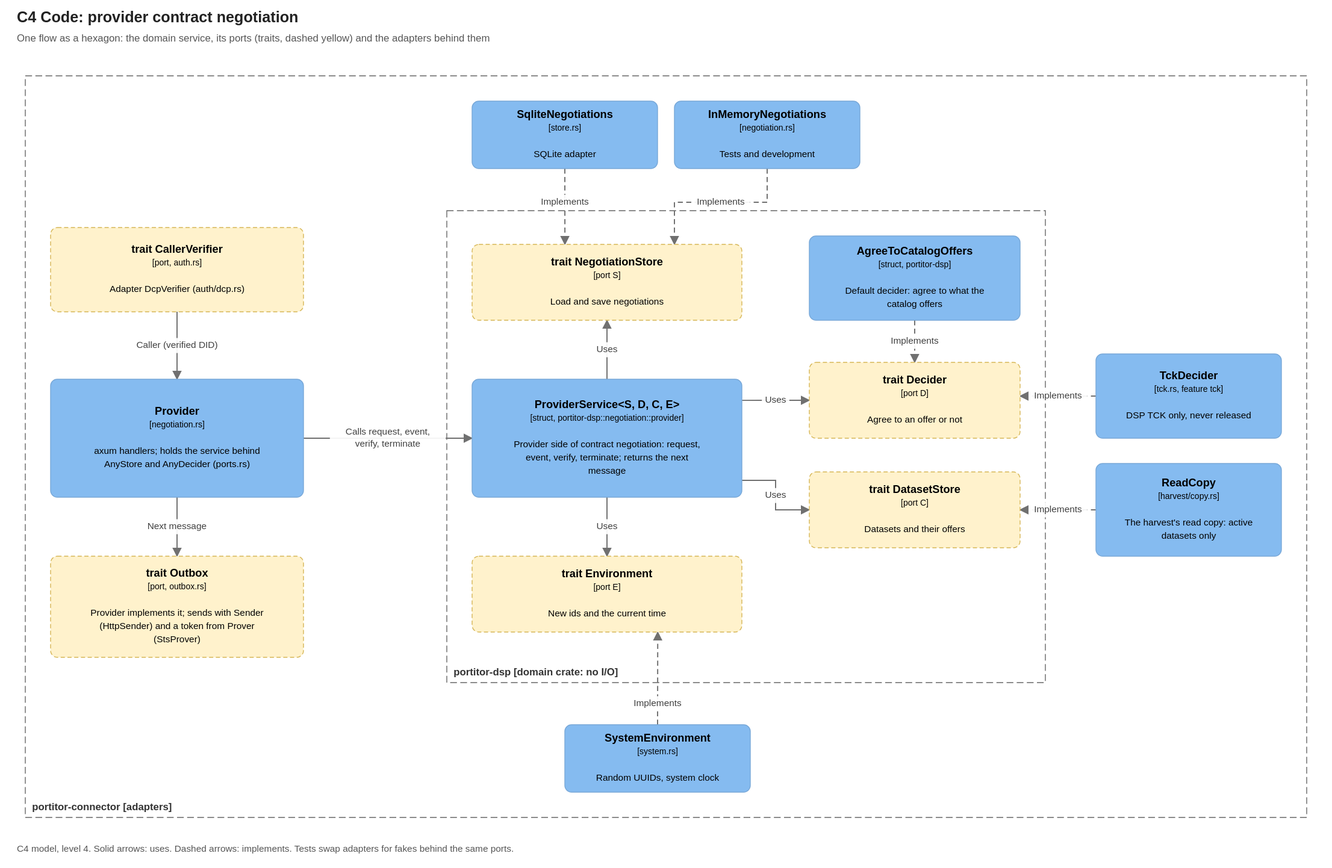
This is docs/diagrams/c4-negotiation-code.drawio.svg from brunopacheco1/ldsc, a draw.io export, as it was before one commit. Source tidied: cells renumbered, new cells last; positions are measured from the earlier drawing's top-left corner, leaving out a move shared by most shapes.
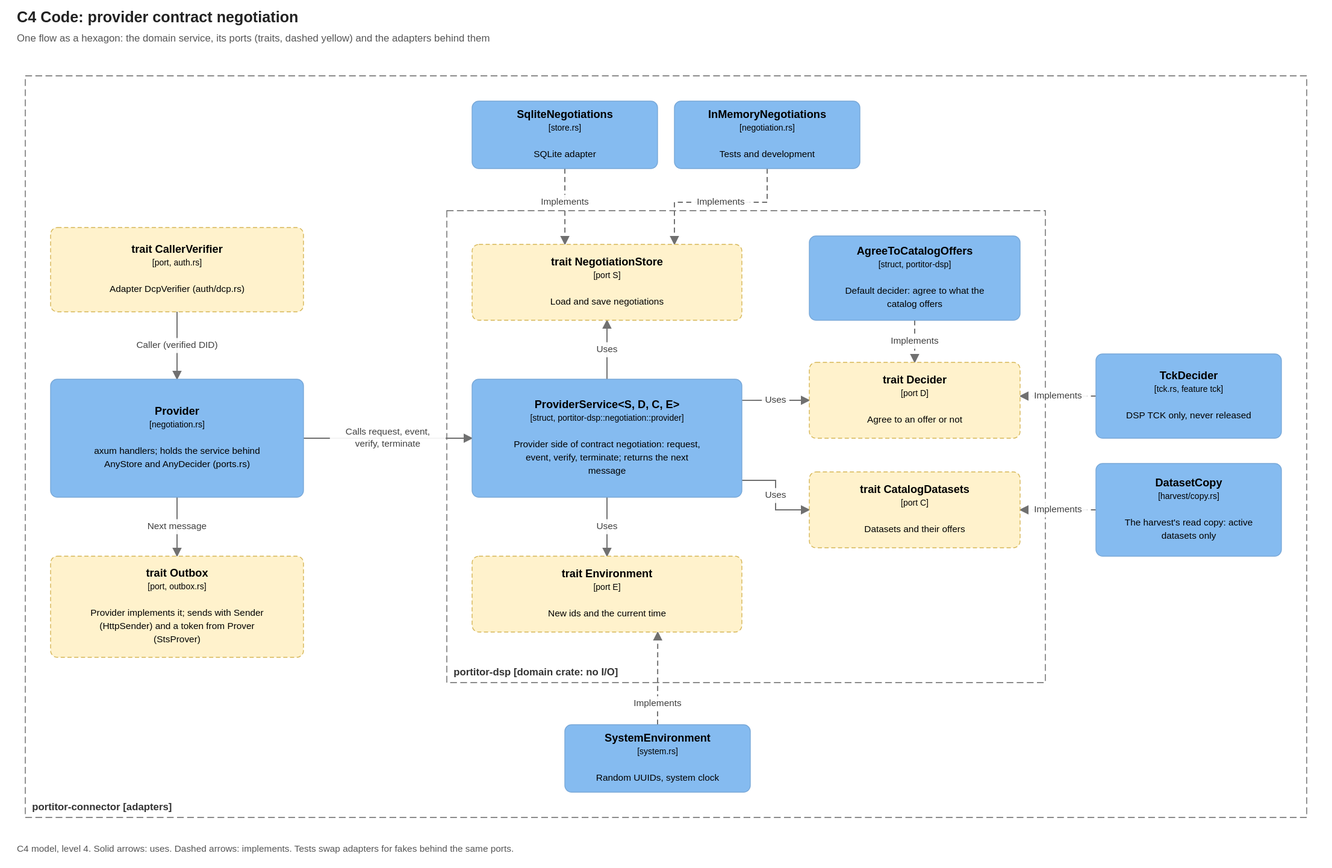
Later version of the same file.

The edit, as a diff of the source:
```diff
@@ -23,9 +23,9 @@
     <mxCell id="8" value="&lt;b&gt;trait Decider&lt;/b&gt;&lt;br&gt;&lt;font style=&quot;font-size:10px&quot;&gt;[port D]&lt;/font&gt;&lt;br&gt;&lt;br&gt;&lt;font style=&quot;font-size:11px&quot;&gt;Agree to an offer or not&lt;/font&gt;" style="rounded=1;arcSize=8;dashed=1;whiteSpace=wrap;html=1;fillColor=#FFF2CC;strokeColor=#D6B656;fontColor=#000000;fontSize=13;align=center;verticalAlign=middle;c4Kind=port;c4Name=trait Decider;" parent="1" vertex="1">
       <mxGeometry x="940" y="340" width="250" height="90" as="geometry" />
     </mxCell>
-    <mxCell id="9" value="&lt;b&gt;trait DatasetStore&lt;/b&gt;&lt;br&gt;&lt;font style=&quot;font-size:10px&quot;&gt;[port C]&lt;/font&gt;&lt;br&gt;&lt;br&gt;&lt;font style=&quot;font-size:11px&quot;&gt;Datasets and their offers&lt;/font&gt;" style="rounded=1;arcSize=8;dashed=1;whiteSpace=wrap;html=1;fillColor=#FFF2CC;strokeColor=#D6B656;fontColor=#000000;fontSize=13;align=center;verticalAlign=middle;c4Kind=port;c4Name=trait DatasetStore;" parent="1" vertex="1">
-      <mxGeometry x="940" y="470" width="250" height="90" as="geometry" />
-    </mxCell>
+    <mxCell id="32" value="&lt;b&gt;trait CatalogDatasets&lt;/b&gt;&lt;br&gt;&lt;font style=&quot;font-size:10px&quot;&gt;[port C]&lt;/font&gt;&lt;br&gt;&lt;br&gt;&lt;font style=&quot;font-size:11px&quot;&gt;Datasets and their offers&lt;/font&gt;" style="rounded=1;arcSize=8;dashed=1;whiteSpace=wrap;html=1;fillColor=#FFF2CC;strokeColor=#D6B656;fontColor=#000000;fontSize=13;align=center;verticalAlign=middle;c4Kind=port;c4Name=trait CatalogDatasets;" parent="1" vertex="1">
+      <mxGeometry x="940" y="470" width="250" height="90" as="geometry" />
+    </mxCell>
     <mxCell id="10" value="&lt;b&gt;SqliteNegotiations&lt;/b&gt;&lt;br&gt;&lt;font style=&quot;font-size:10px&quot;&gt;[store.rs]&lt;/font&gt;&lt;br&gt;&lt;br&gt;&lt;font style=&quot;font-size:11px&quot;&gt;SQLite adapter&lt;/font&gt;" style="rounded=1;arcSize=8;whiteSpace=wrap;html=1;fillColor=#85BBF0;strokeColor=#78A8D8;fontColor=#000000;fontSize=13;align=center;verticalAlign=middle;c4Kind=component;c4Name=SqliteNegotiations;" parent="1" vertex="1">
       <mxGeometry x="540" y="30" width="220" height="80" as="geometry" />
     </mxCell>
@@ -38,7 +38,7 @@
     <mxCell id="13" value="&lt;b&gt;TckDecider&lt;/b&gt;&lt;br&gt;&lt;font style=&quot;font-size:10px&quot;&gt;[tck.rs, feature tck]&lt;/font&gt;&lt;br&gt;&lt;br&gt;&lt;font style=&quot;font-size:11px&quot;&gt;DSP TCK only, never released&lt;/font&gt;" style="rounded=1;arcSize=8;whiteSpace=wrap;html=1;fillColor=#85BBF0;strokeColor=#78A8D8;fontColor=#000000;fontSize=13;align=center;verticalAlign=middle;c4Kind=component;c4Name=TckDecider;" parent="1" vertex="1">
       <mxGeometry x="1280" y="330" width="220" height="100" as="geometry" />
     </mxCell>
-    <mxCell id="14" value="&lt;b&gt;ReadCopy&lt;/b&gt;&lt;br&gt;&lt;font style=&quot;font-size:10px&quot;&gt;[harvest/copy.rs]&lt;/font&gt;&lt;br&gt;&lt;br&gt;&lt;font style=&quot;font-size:11px&quot;&gt;The harvest&amp;#x27;s read copy: active datasets only&lt;/font&gt;" style="rounded=1;arcSize=8;whiteSpace=wrap;html=1;fillColor=#85BBF0;strokeColor=#78A8D8;fontColor=#000000;fontSize=13;align=center;verticalAlign=middle;c4Kind=component;c4Name=ReadCopy;" parent="1" vertex="1">
+    <mxCell id="14" value="&lt;b&gt;DatasetCopy&lt;/b&gt;&lt;br&gt;&lt;font style=&quot;font-size:10px&quot;&gt;[harvest/copy.rs]&lt;/font&gt;&lt;br&gt;&lt;br&gt;&lt;font style=&quot;font-size:11px&quot;&gt;The harvest&amp;#x27;s read copy: active datasets only&lt;/font&gt;" style="rounded=1;arcSize=8;whiteSpace=wrap;html=1;fillColor=#85BBF0;strokeColor=#78A8D8;fontColor=#000000;fontSize=13;align=center;verticalAlign=middle;c4Kind=component;c4Name=DatasetCopy;" parent="1" vertex="1">
       <mxGeometry x="1280" y="460" width="220" height="110" as="geometry" />
     </mxCell>
     <mxCell id="15" value="&lt;b&gt;Provider&lt;/b&gt;&lt;br&gt;&lt;font style=&quot;font-size:10px&quot;&gt;[negotiation.rs]&lt;/font&gt;&lt;br&gt;&lt;br&gt;&lt;font style=&quot;font-size:11px&quot;&gt;axum handlers; holds the service behind AnyStore and AnyDecider (ports.rs)&lt;/font&gt;" style="rounded=1;arcSize=8;whiteSpace=wrap;html=1;fillColor=#85BBF0;strokeColor=#78A8D8;fontColor=#000000;fontSize=13;align=center;verticalAlign=middle;c4Kind=component;c4Name=Provider;" parent="1" vertex="1">
@@ -68,7 +68,7 @@
     <mxCell id="23" value="Uses" style="endArrow=blockThin;endFill=1;html=1;rounded=0;strokeColor=#707070;fontSize=11;fontColor=#404040;labelBackgroundColor=#FFFFFF;exitX=1.000;exitY=0.179;exitPerimeter=0;entryX=0.000;entryY=0.500;entryPerimeter=0;" parent="1" edge="1" source="4" target="8">
       <mxGeometry relative="1" as="geometry" />
     </mxCell>
-    <mxCell id="24" value="Uses" style="endArrow=blockThin;endFill=1;html=1;rounded=0;strokeColor=#707070;fontSize=11;fontColor=#404040;labelBackgroundColor=#FFFFFF;exitX=1.000;exitY=0.857;exitPerimeter=0;entryX=0.000;entryY=0.500;entryPerimeter=0;" parent="1" edge="1" source="4" target="9">
+    <mxCell id="24" value="Uses" style="endArrow=blockThin;endFill=1;html=1;rounded=0;strokeColor=#707070;fontSize=11;fontColor=#404040;labelBackgroundColor=#FFFFFF;exitX=1.000;exitY=0.857;exitPerimeter=0;entryX=0.000;entryY=0.500;entryPerimeter=0;" parent="1" edge="1" source="4" target="32">
       <mxGeometry relative="1" as="geometry">
         <Array as="points">
           <mxPoint x="900" y="480" />
@@ -82,7 +82,7 @@
     <mxCell id="26" value="Implements" style="endArrow=blockThin;endFill=1;html=1;rounded=0;strokeColor=#707070;fontSize=11;fontColor=#404040;labelBackgroundColor=#FFFFFF;dashed=1;exitX=0.000;exitY=0.500;exitPerimeter=0;entryX=1.000;entryY=0.444;entryPerimeter=0;" parent="1" edge="1" source="13" target="8">
       <mxGeometry relative="1" as="geometry" />
     </mxCell>
-    <mxCell id="27" value="Implements" style="endArrow=blockThin;endFill=1;html=1;rounded=0;strokeColor=#707070;fontSize=11;fontColor=#404040;labelBackgroundColor=#FFFFFF;dashed=1;exitX=0.000;exitY=0.500;exitPerimeter=0;entryX=1.000;entryY=0.500;entryPerimeter=0;" parent="1" edge="1" source="14" target="9">
+    <mxCell id="27" value="Implements" style="endArrow=blockThin;endFill=1;html=1;rounded=0;strokeColor=#707070;fontSize=11;fontColor=#404040;labelBackgroundColor=#FFFFFF;dashed=1;exitX=0.000;exitY=0.500;exitPerimeter=0;entryX=1.000;entryY=0.500;entryPerimeter=0;" parent="1" edge="1" source="14" target="32">
       <mxGeometry relative="1" as="geometry" />
     </mxCell>
     <mxCell id="28" value="Implements" style="endArrow=blockThin;endFill=1;html=1;rounded=0;strokeColor=#707070;fontSize=11;fontColor=#404040;labelBackgroundColor=#FFFFFF;dashed=1;exitX=0.500;exitY=1.000;exitPerimeter=0;entryX=0.344;entryY=0.000;entryPerimeter=0;" parent="1" edge="1" source="10" target="5">
```
